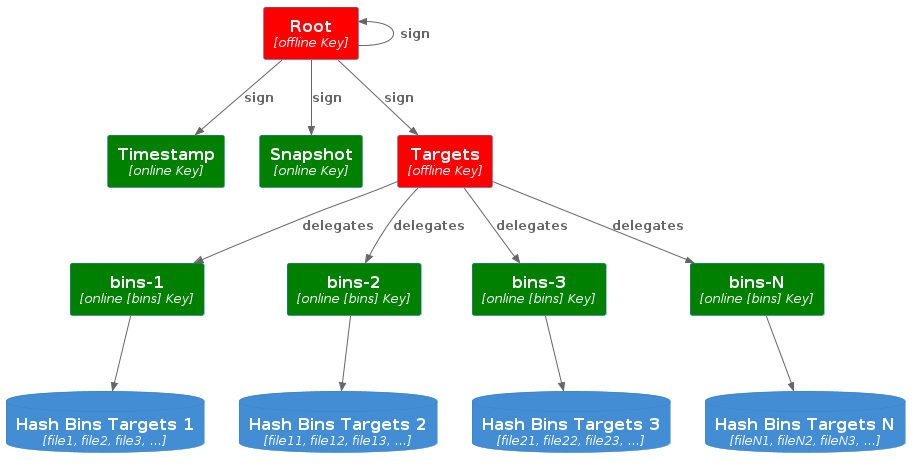
Earlier version of the PlantUML export docs/source/_static/1_1_rstuf_metadata.png (repository-service-tuf/repository-service-tuf).
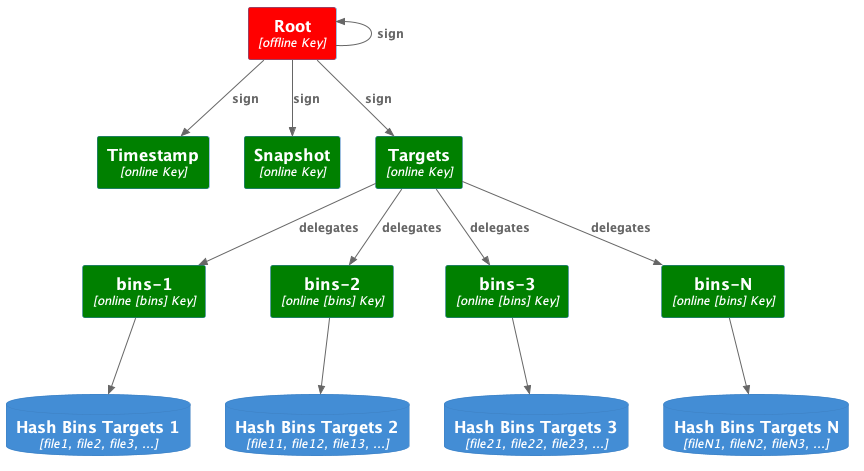
After the change.

What changed in the source:
```diff
@@ -4,7 +4,7 @@
 Container(root, "Root" , "offline Key") #Red
 Container(timestamp, "Timestamp", "online Key") #Green
 Container(snapshot, "Snapshot", "online Key") #Green
-Container(targets, "Targets",  "offline Key") #Red
+Container(targets, "Targets",  "online Key") #Green
 Container(bins_1, "bins-1", "online [bins] Key") #Green
 Container(bins_2, "bins-2", "online [bins] Key") #Green
 Container(bins_3, "bins-3", "online [bins] Key") #Green
```
